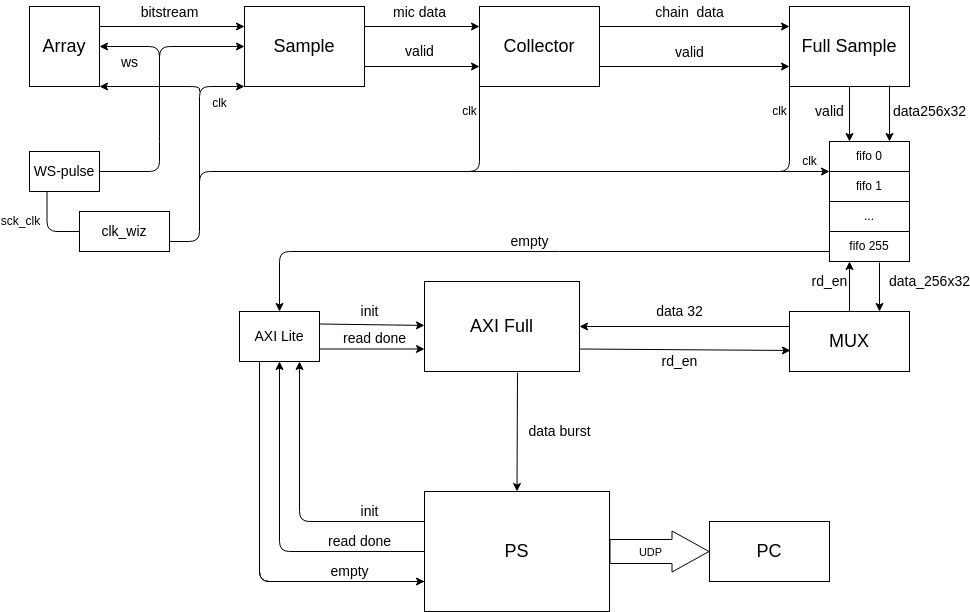
acoustic-warfare/FPGA-sampling keeps this draw.io diagram as doc/pictures/full_diagram_axi_full.png. Above is the earlier version. Source tidied: cells renumbered, new cells last; positions are measured from the earlier drawing's top-left corner, leaving out a move shared by most shapes.
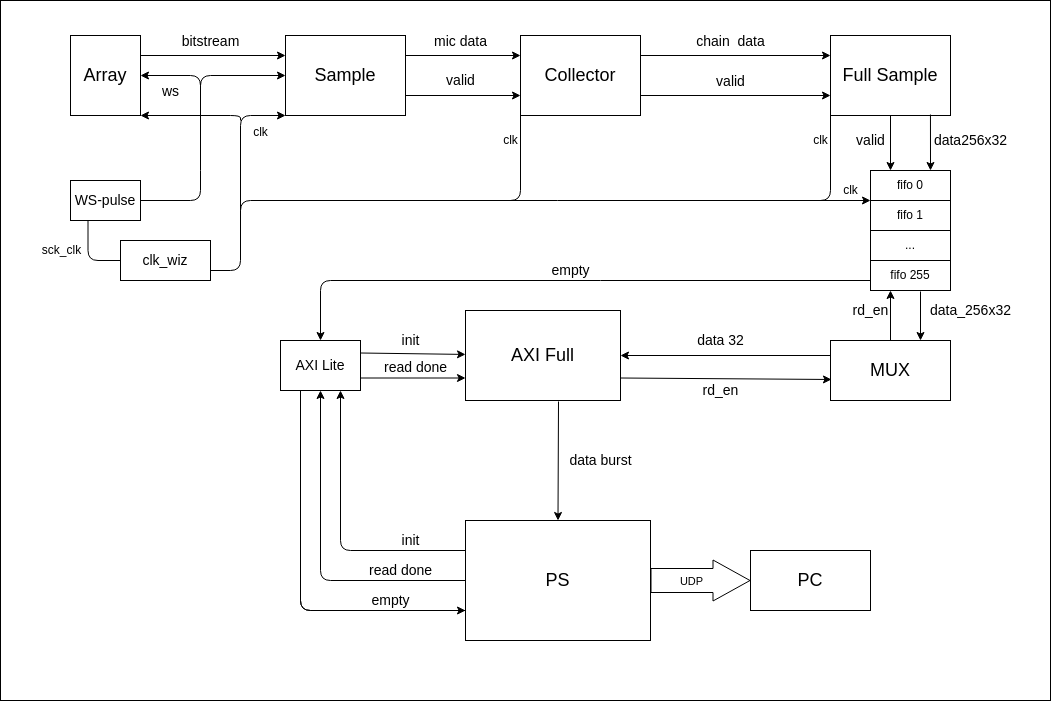
The same diagram one commit later.

Change to the diagram source:
```diff
@@ -2,6 +2,9 @@
   <root>
     <mxCell id="0" />
     <mxCell id="1" parent="0" />
+    <mxCell id="49" style="rounded=0;whiteSpace=wrap;html=1;fillColor=#FFFFFF;" parent="1" vertex="1">
+      <mxGeometry x="-70" y="-35" width="1050" height="700" as="geometry" />
+    </mxCell>
     <mxCell id="2" value="&lt;font style=&quot;font-size: 14px;&quot;&gt;bitstream&lt;/font&gt;" style="edgeStyle=none;html=1;exitX=1;exitY=0.25;exitDx=0;exitDy=0;entryX=0;entryY=0.25;entryDx=0;entryDy=0;fontSize=18;" parent="1" edge="1" source="3" target="11">
       <mxGeometry x="-0.03" y="15" relative="1" as="geometry" />
     </mxCell>
```
